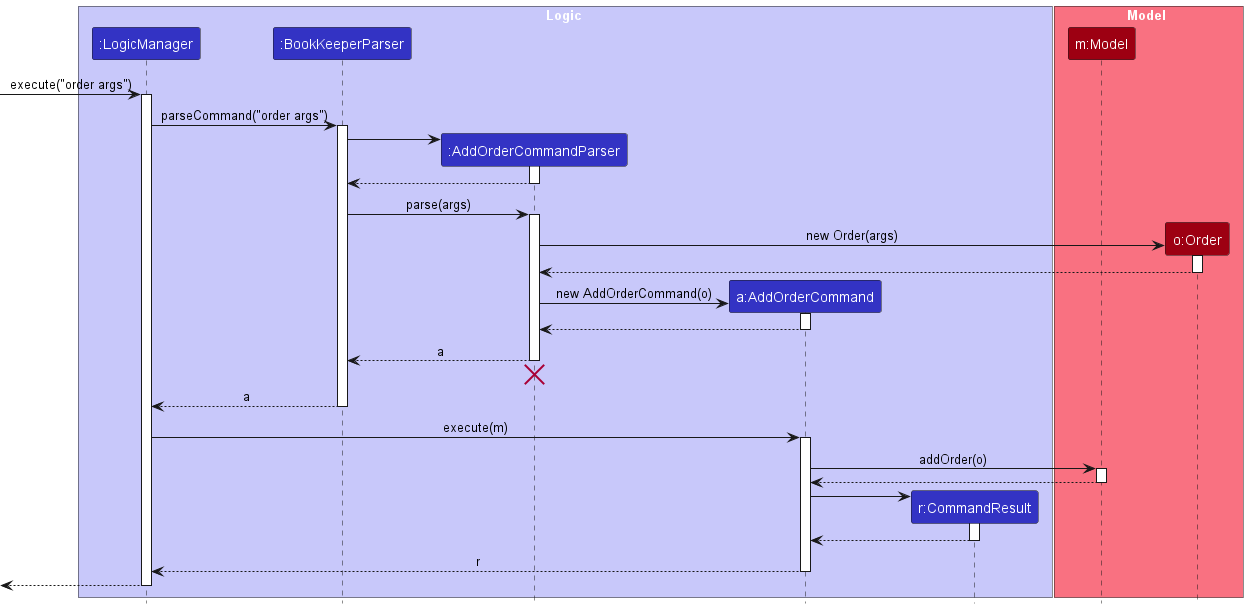
This is docs/images/AddOrderSequenceDiagram.png from rertyy/tp, a PlantUML export, as it was before one commit.
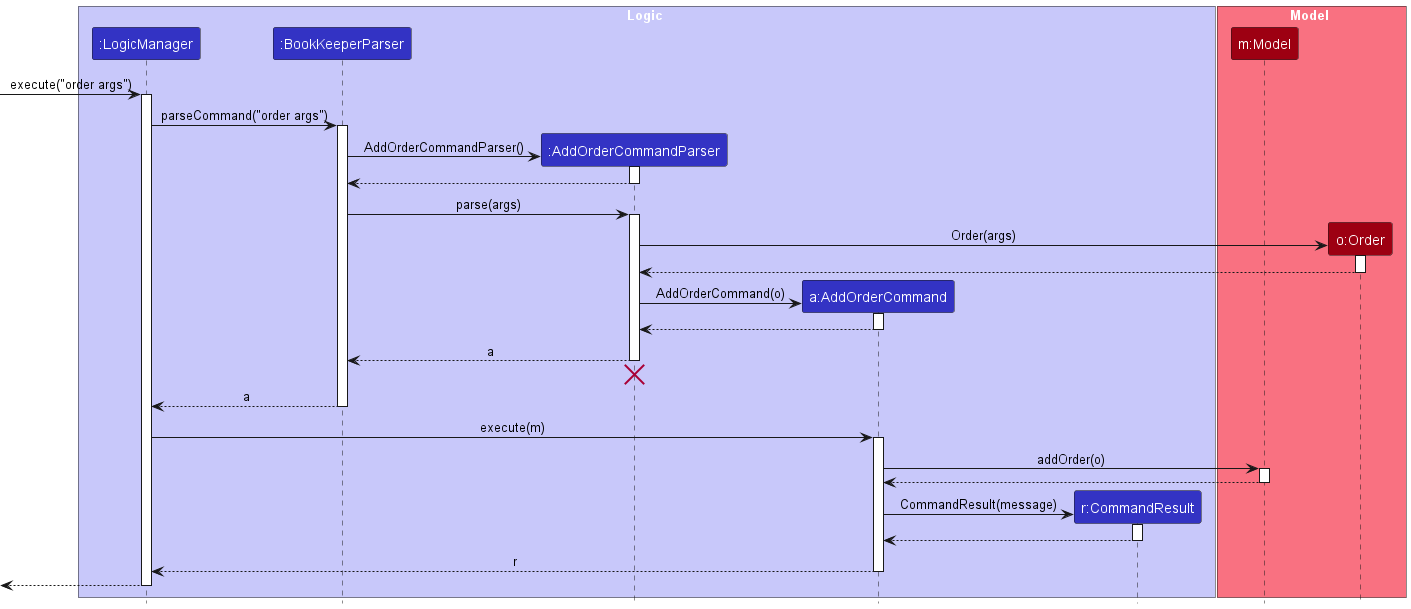
Above is the later version.

Change to the diagram source:
```diff
@@ -22,7 +22,7 @@
 activate BookKeeperParser
 
 create AddOrderCommandParser
-BookKeeperParser -> AddOrderCommandParser
+BookKeeperParser -> AddOrderCommandParser : AddOrderCommandParser()
 activate AddOrderCommandParser
 
 AddOrderCommandParser --> BookKeeperParser
@@ -32,13 +32,13 @@
 activate AddOrderCommandParser
 
 create Order
-AddOrderCommandParser -> Order : new Order(args)
+AddOrderCommandParser -> Order : Order(args)
 activate Order
 Order --> AddOrderCommandParser
 deactivate Order
 
 create AddOrderCommand
-AddOrderCommandParser -> AddOrderCommand : new AddOrderCommand(o)
+AddOrderCommandParser -> AddOrderCommand : AddOrderCommand(o)
 activate AddOrderCommand
 
 AddOrderCommand --> AddOrderCommandParser :
@@ -62,7 +62,7 @@
 deactivate Model
 
 create CommandResult
-AddOrderCommand -> CommandResult
+AddOrderCommand -> CommandResult : CommandResult(message)
 activate CommandResult
 
 CommandResult --> AddOrderCommand
```
